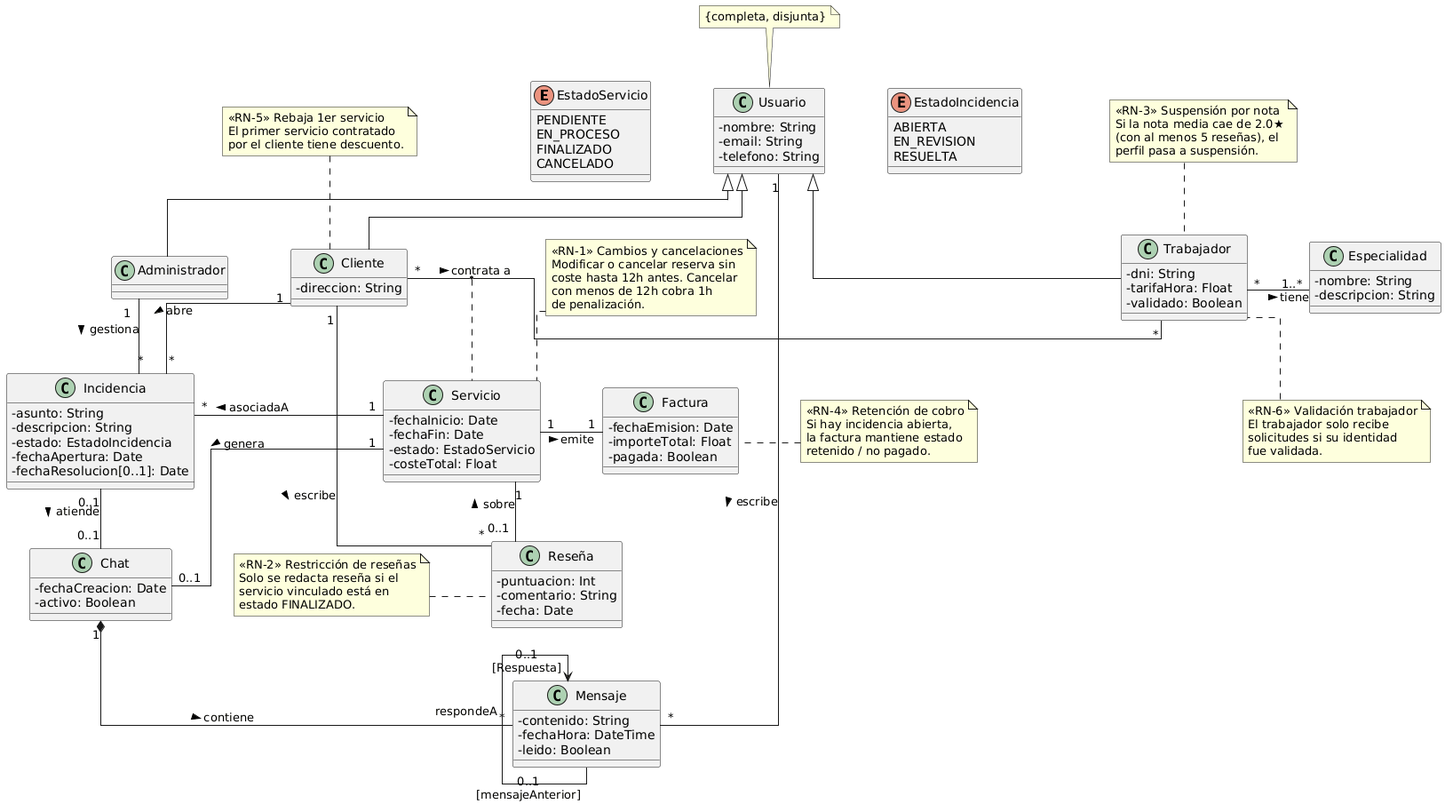
This is imagenes/modelado conceptual.png from YDT2401/proyecto-curso-iissi1-2026-YDT2401, a PlantUML export, as it was before one commit.
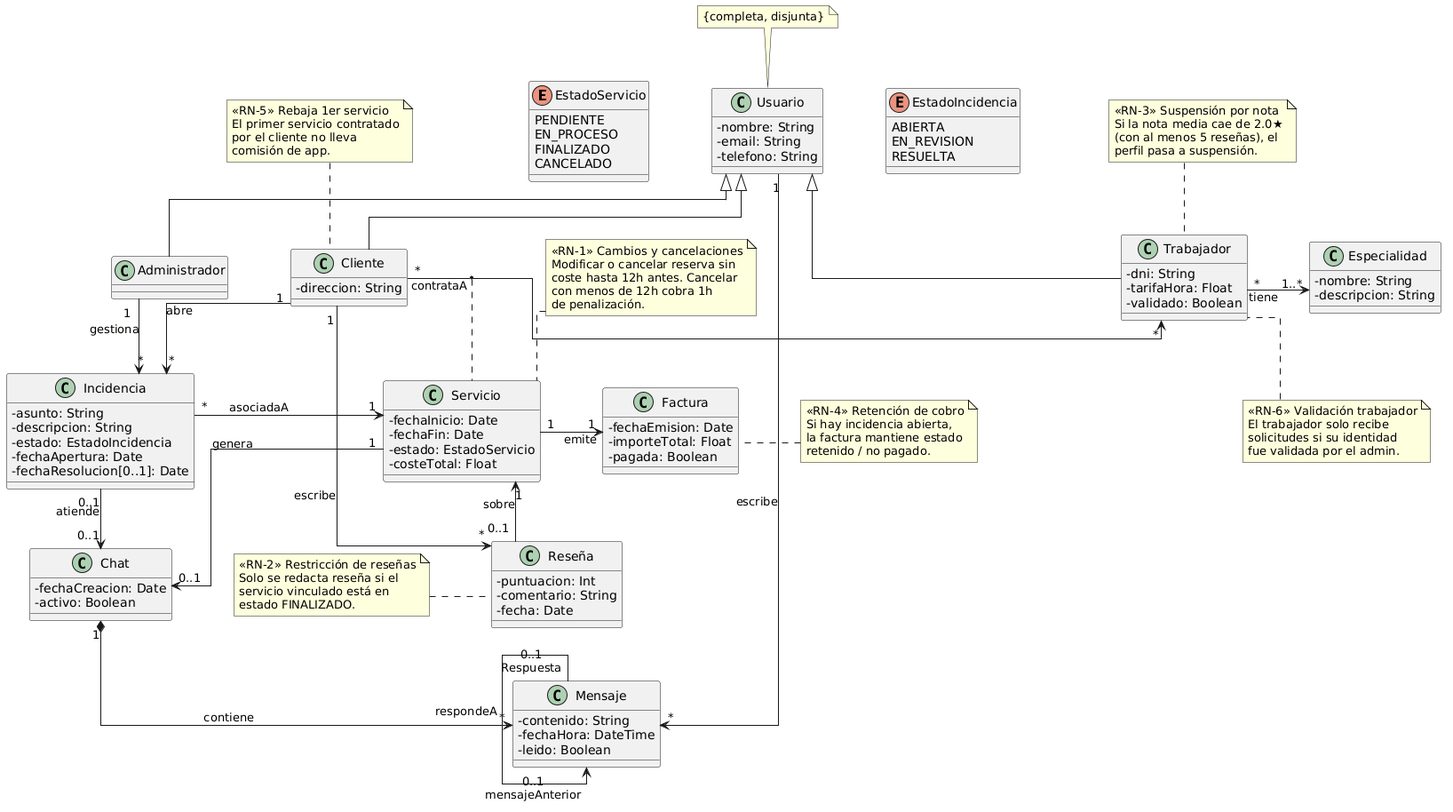
Later version of the same file.

Diff of the diagram source:
```diff
@@ -86,26 +86,26 @@
   -leido: Boolean
 }
 
-Administrador "1" -down- "*" Incidencia : > gestiona
-Cliente "1" -down- "*" Incidencia : > abre
+Administrador "1" -down-> "*" Incidencia : gestiona
+Cliente "1" -down-> "*" Incidencia : abre
 
-Cliente "*" -right- "*" Trabajador : > contrata a
-Trabajador "*" -right- "1..*" Especialidad : > tiene
+Cliente "*" -right-> "*" Trabajador : contrataA
+Trabajador "*" -right-> "1..*" Especialidad : tiene
 (Cliente, Trabajador) .. Servicio
 
-Incidencia "*" -right- "1" Servicio : < asociadaA
-Servicio "1" -right- "1" Factura : > emite
+Incidencia "*" -right-> "1" Servicio : asociadaA
+Servicio "1" -right-> "1" Factura : emite
 
-Cliente "1" -down- "*" Reseña : > escribe
-Servicio "1" -down- "0..1" Reseña : < sobre
+Cliente "1" -down-> "*" Reseña : escribe
+Servicio "1" <-down- "0..1" Reseña : sobre
 
-Servicio "1" -down- "0..1" Chat : > genera
-Incidencia "0..1" -down- "0..1" Chat : > atiende
+Servicio "1" -down-> "0..1" Chat : genera
+Incidencia "0..1" -down-> "0..1" Chat : atiende
 
-Usuario "1" -down- "*" Mensaje : > escribe
-Chat "1" *-- "*" Mensaje : > contiene
+Usuario "1" -down-> "*" Mensaje : escribe
+Chat "1" *--> "*" Mensaje : contiene
 
-Mensaje "0..1\n[mensajeAnterior]" -left-> "0..1\n[Respuesta]" Mensaje : respondeA
+Mensaje "0..1\nmensajeAnterior" <-left- "0..1\nRespuesta" Mensaje : respondeA
 
 Administrador -[hidden]right- Cliente
 Cliente -[hidden]right- Trabajador
@@ -113,7 +113,7 @@
 Usuario -[hidden]right- EstadoIncidencia
 
 
-note "<<RN-5>> Rebaja 1er servicio\nEl primer servicio contratado\npor el cliente tiene descuento." as RN5
+note "<<RN-5>> Rebaja 1er servicio\nEl primer servicio contratado\npor el cliente no lleva\ncomisión de app." as RN5
 RN5 -[hidden]down- Administrador
 RN5 .. Cliente
 
@@ -121,7 +121,7 @@
 RN3 -[hidden]down- Especialidad
 RN3 .. Trabajador
 
-note "<<RN-6>> Validación trabajador\nEl trabajador solo recibe\nsolicitudes si su identidad\nfue validada." as RN6
+note "<<RN-6>> Validación trabajador\nEl trabajador solo recibe\nsolicitudes si su identidad\nfue validada por el admin." as RN6
 Especialidad -[hidden]right- RN6
 RN6 .. Trabajador
 
```
